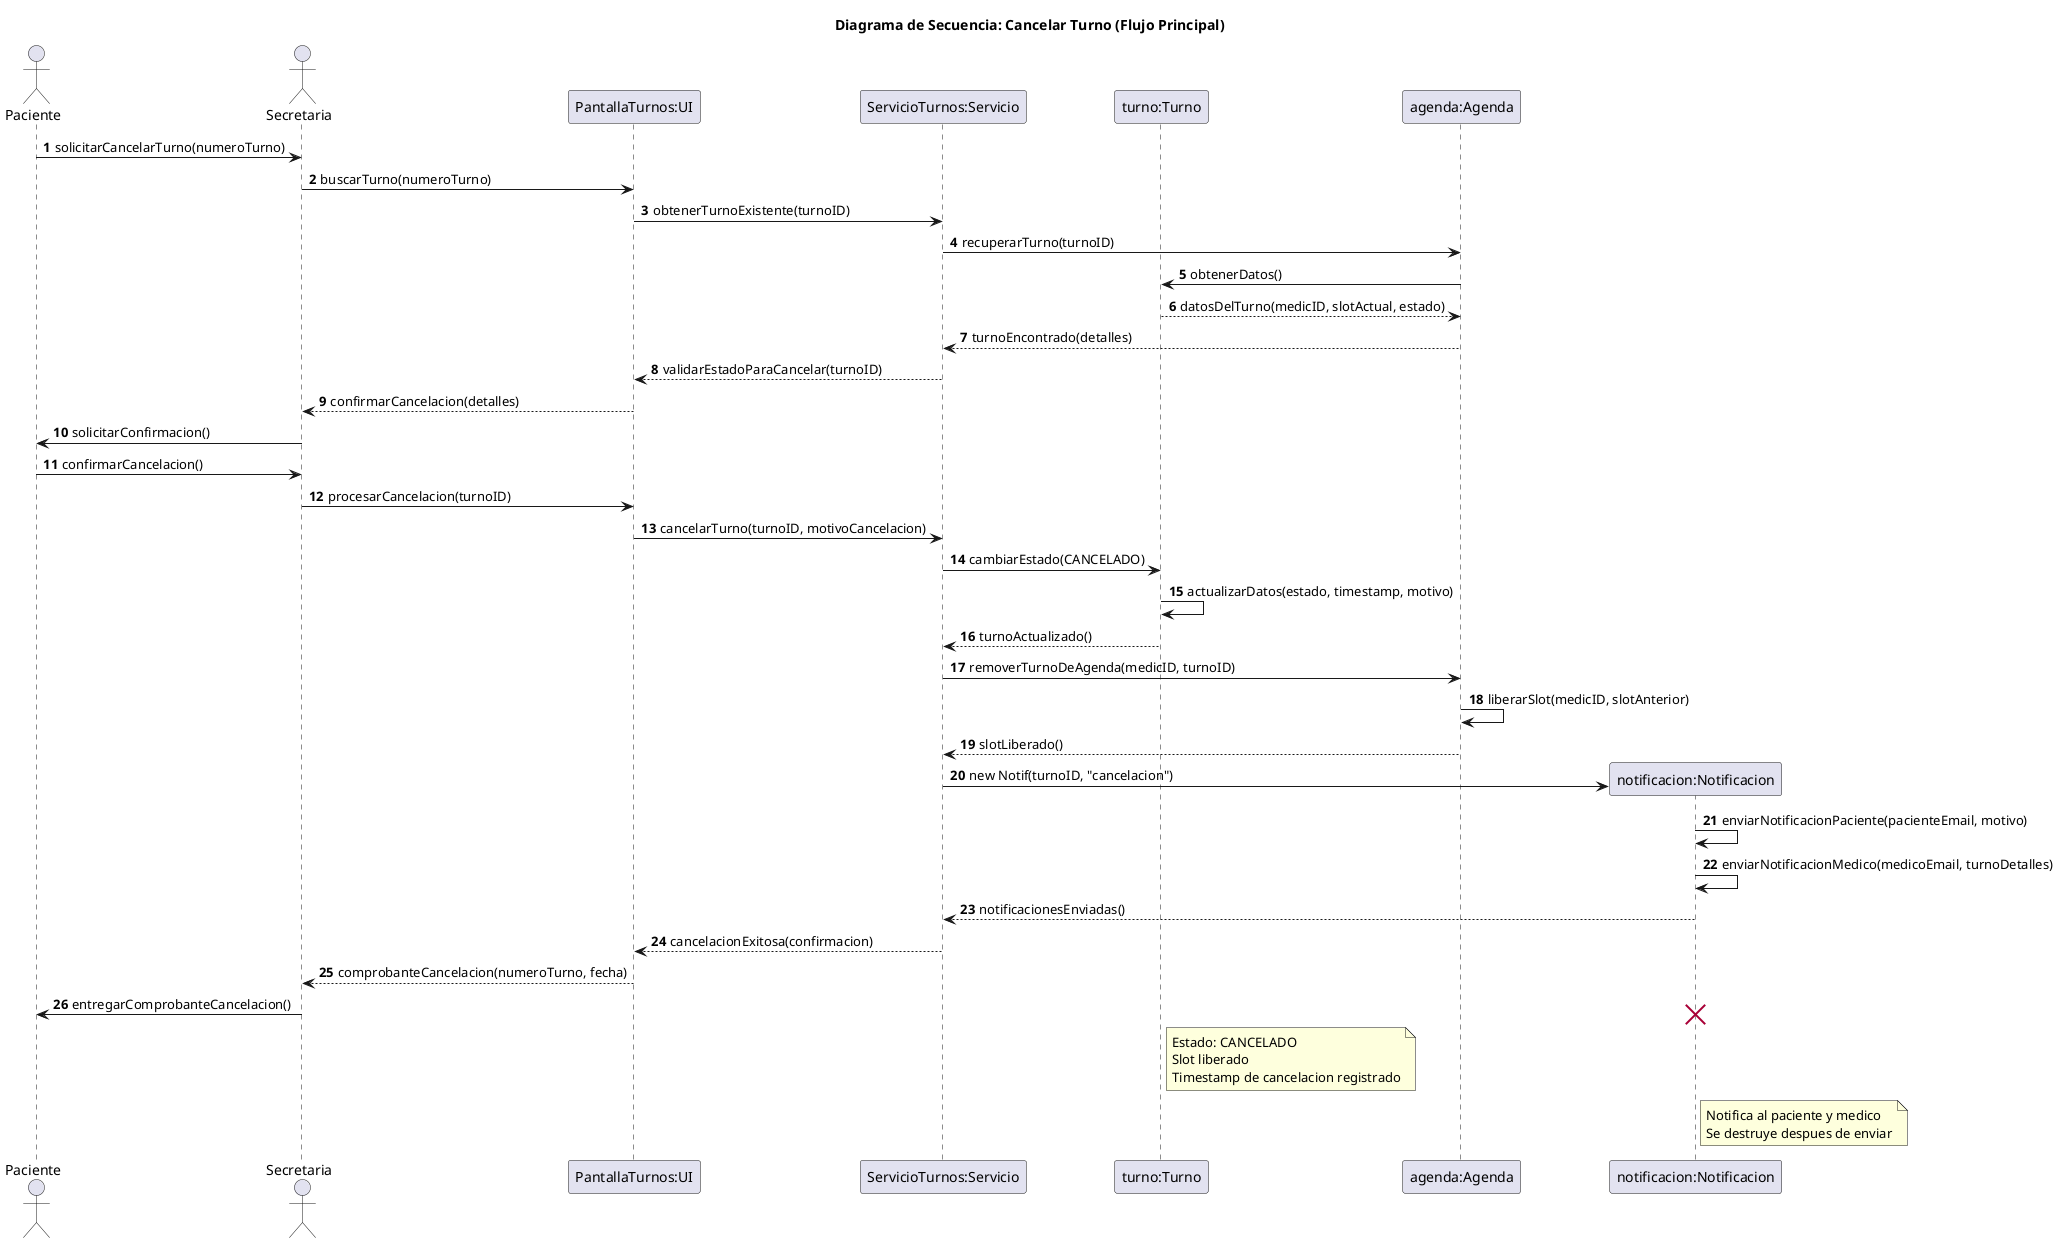
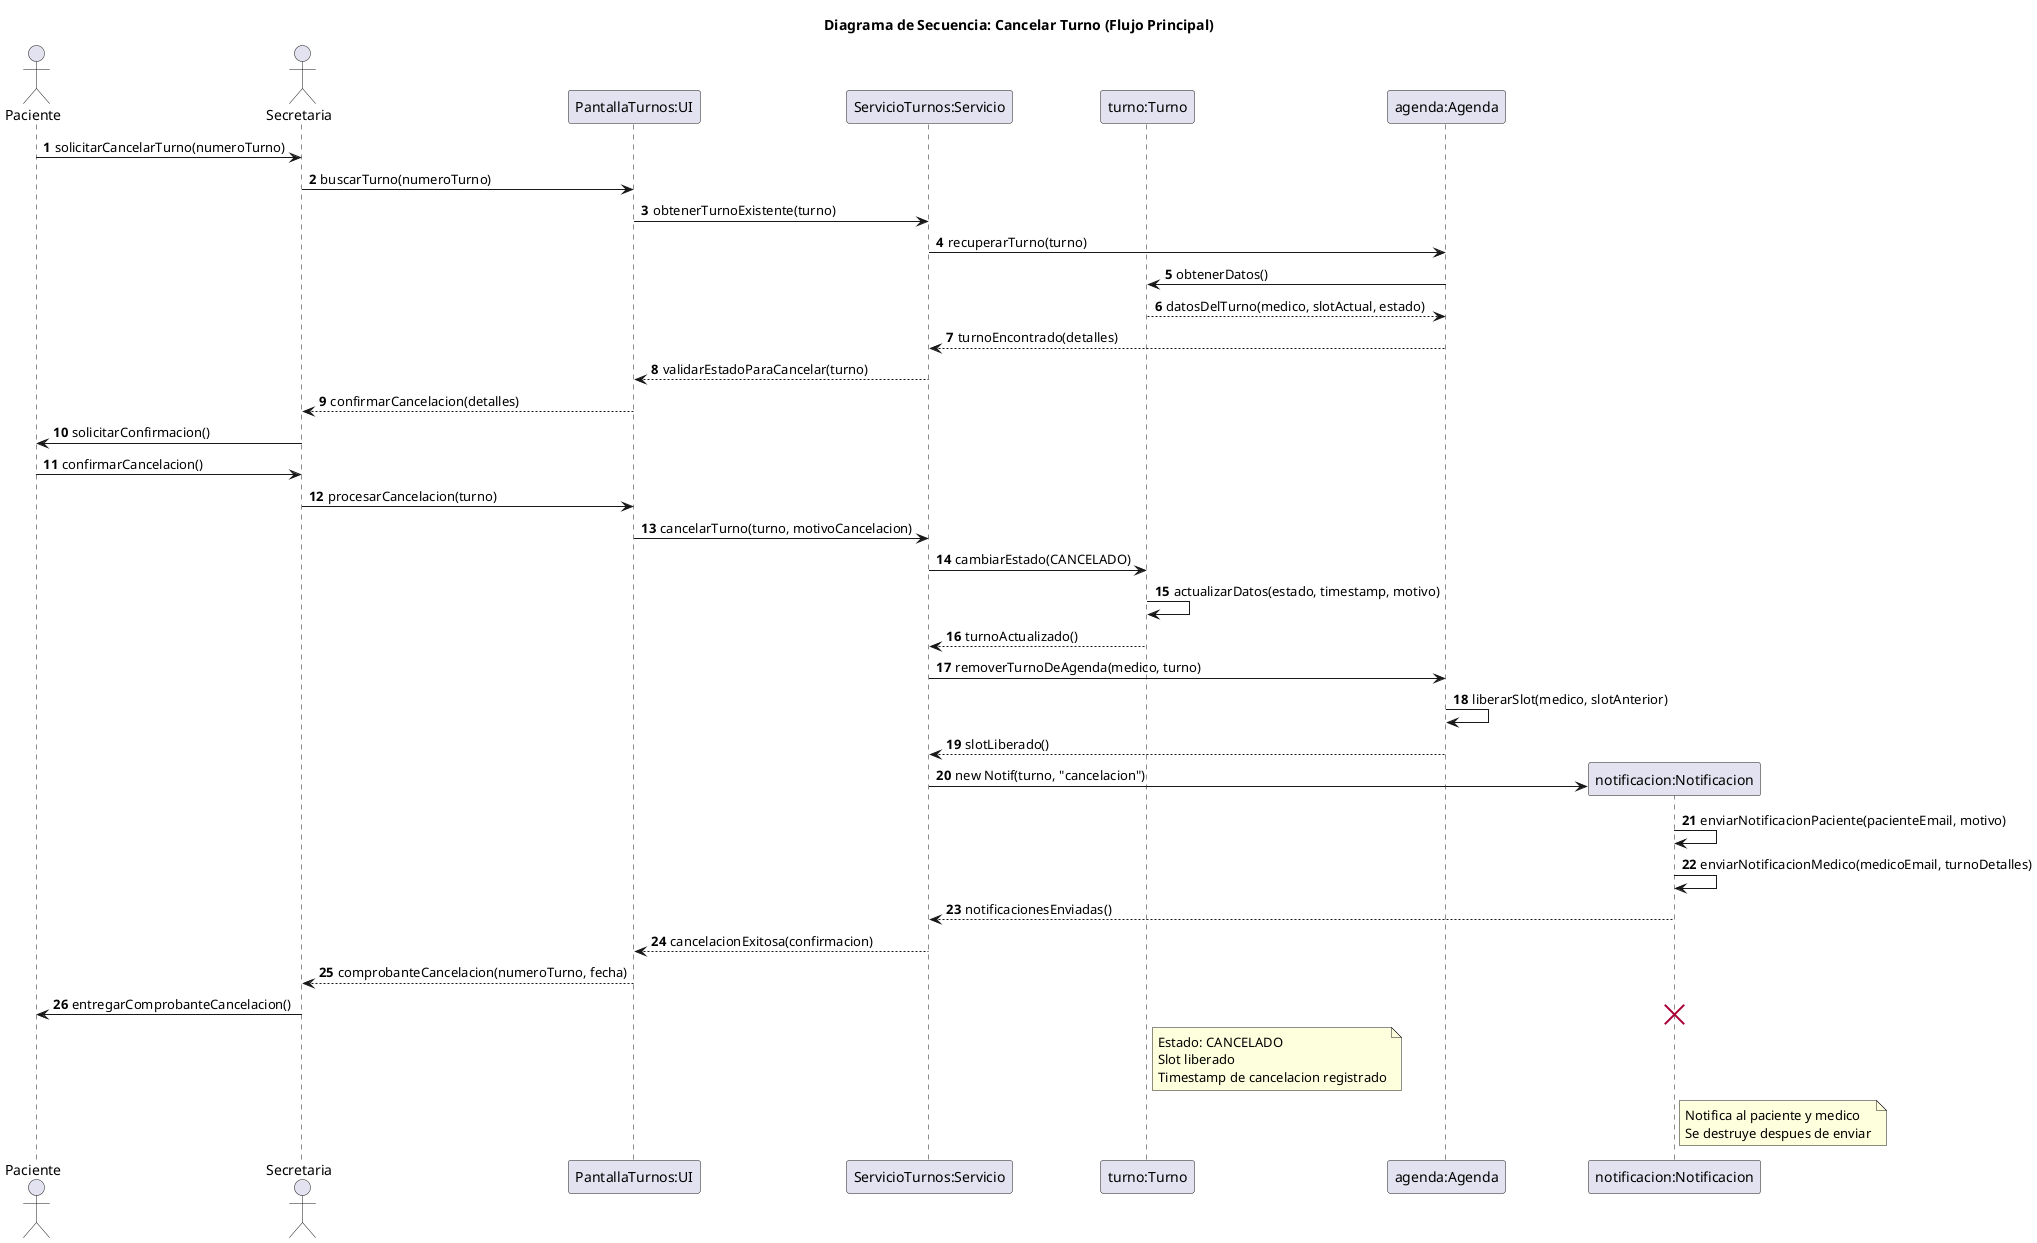
@startuml 05-secuencia-cancelar-turno-flujo-principal-03
title Diagrama de Secuencia: Cancelar Turno (Flujo Principal)

actor Paciente
actor Secretaria
participant "PantallaTurnos:UI" as UI
participant "ServicioTurnos:Servicio" as Servicio
participant "turno:Turno" as Turno
participant "agenda:Agenda" as Agenda
participant "notificacion:Notificacion" as Notif

autonumber

Paciente -> Secretaria: solicitarCancelarTurno(numeroTurno)
Secretaria -> UI: buscarTurno(numeroTurno)
- UI -> Servicio: obtenerTurnoExistente(turnoID)
- Servicio -> Agenda: recuperarTurno(turnoID)
+ UI -> Servicio: obtenerTurnoExistente(turno)
+ Servicio -> Agenda: recuperarTurno(turno)
Agenda -> Turno: obtenerDatos()
- Turno --> Agenda: datosDelTurno(medicID, slotActual, estado)
+ Turno --> Agenda: datosDelTurno(medico, slotActual, estado)
Agenda --> Servicio: turnoEncontrado(detalles)
- Servicio --> UI: validarEstadoParaCancelar(turnoID)
+ Servicio --> UI: validarEstadoParaCancelar(turno)
UI --> Secretaria: confirmarCancelacion(detalles)
Secretaria -> Paciente: solicitarConfirmacion()
Paciente -> Secretaria: confirmarCancelacion()
- Secretaria -> UI: procesarCancelacion(turnoID)
- UI -> Servicio: cancelarTurno(turnoID, motivoCancelacion)
+ Secretaria -> UI: procesarCancelacion(turno)
+ UI -> Servicio: cancelarTurno(turno, motivoCancelacion)
Servicio -> Turno: cambiarEstado(CANCELADO)
Turno -> Turno: actualizarDatos(estado, timestamp, motivo)
Turno --> Servicio: turnoActualizado()
- Servicio -> Agenda: removerTurnoDeAgenda(medicID, turnoID)
- Agenda -> Agenda: liberarSlot(medicID, slotAnterior)
+ Servicio -> Agenda: removerTurnoDeAgenda(medico, turno)
+ Agenda -> Agenda: liberarSlot(medico, slotAnterior)
Agenda --> Servicio: slotLiberado()
create Notif
- Servicio -> Notif: new Notif(turnoID, "cancelacion")
+ Servicio -> Notif: new Notif(turno, "cancelacion")
Notif -> Notif: enviarNotificacionPaciente(pacienteEmail, motivo)
Notif -> Notif: enviarNotificacionMedico(medicoEmail, turnoDetalles)
Notif --> Servicio: notificacionesEnviadas()
Servicio --> UI: cancelacionExitosa(confirmacion)
UI --> Secretaria: comprobanteCancelacion(numeroTurno, fecha)
Secretaria -> Paciente: entregarComprobanteCancelacion()

note right of Turno
  Estado: CANCELADO
  Slot liberado
  Timestamp de cancelacion registrado
end note

note right of Notif
  Notifica al paciente y medico
  Se destruye despues de enviar
end note

destroy Notif

@enduml
